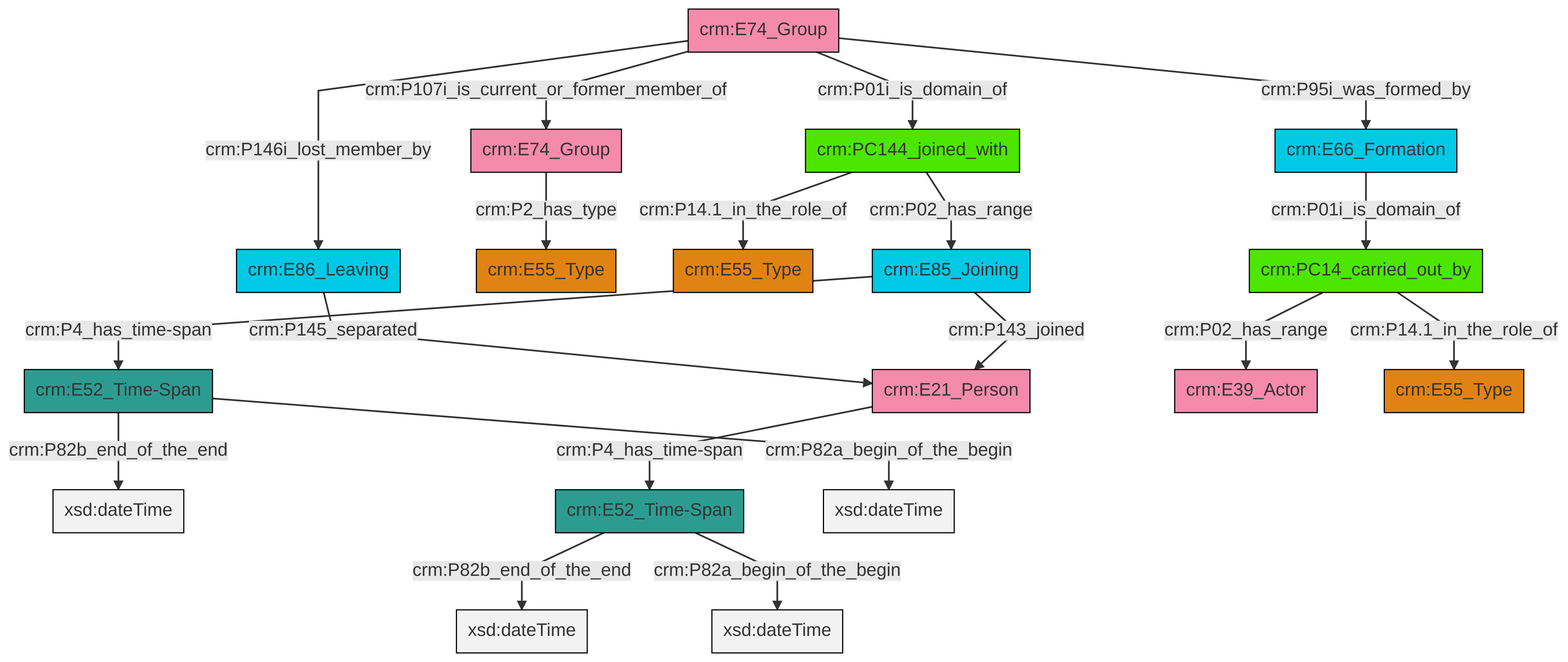
Before: et/groupCSV/ttl/mmd/png/group_actor_relations.png, a diagram exported from Mermaid (swiss-art-research-net/reference-data-models). Its source is kept beside it as et/groupCSV/ttl/mmd/group_actor_relations.ttl.mmd.
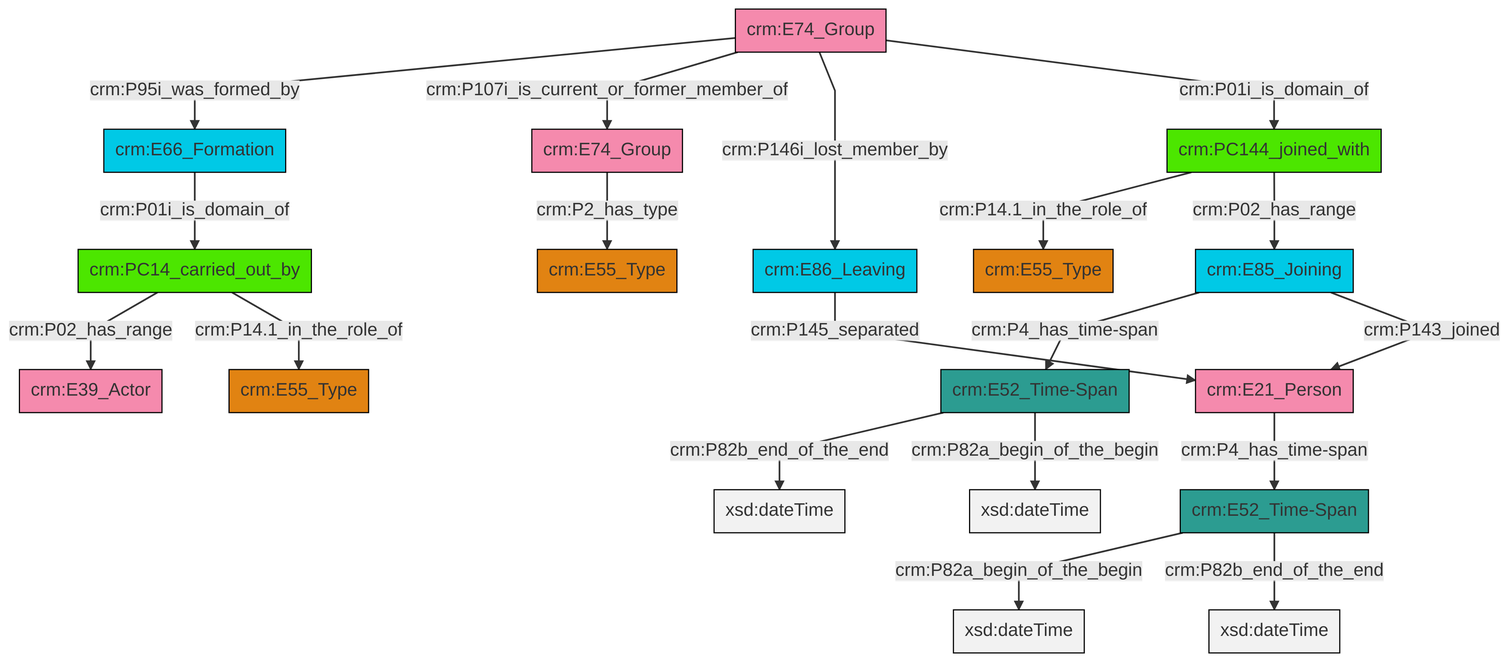
Above is the later version.

The edit, as a diff of the source:
```diff
@@ -13,21 +13,21 @@
 classDef PC_Classes fill:#4ce600, stroke:#000000;
 classDef Multi fill:#cccccc,stroke:#000000;
 
-0["crm:E52_Time-Span"]:::Time-Span -->|crm:P82b_end_of_the_end| 1[xsd:dateTime]:::Literal
-4["crm:E86_Leaving"]:::Temporal_Entity -->|crm:P145_separated| 5["crm:E21_Person"]:::Actor
-9["crm:PC144_joined_with"]:::PC_Classes -->|crm:P14.1_in_the_role_of| 10["crm:E55_Type"]:::Type
-15["crm:PC14_carried_out_by"]:::PC_Classes -->|crm:P02_has_range| 16["crm:E39_Actor"]:::Actor
-21["crm:E52_Time-Span"]:::Time-Span -->|crm:P82b_end_of_the_end| 22[xsd:dateTime]:::Literal
-21["crm:E52_Time-Span"]:::Time-Span -->|crm:P82a_begin_of_the_begin| 23[xsd:dateTime]:::Literal
-11["crm:E74_Group"]:::Actor -->|crm:P107i_is_current_or_former_member_of| 2["crm:E74_Group"]:::Actor
-11["crm:E74_Group"]:::Actor -->|crm:P01i_is_domain_of| 9["crm:PC144_joined_with"]:::PC_Classes
-11["crm:E74_Group"]:::Actor -->|crm:P95i_was_formed_by| 26["crm:E66_Formation"]:::Temporal_Entity
-15["crm:PC14_carried_out_by"]:::PC_Classes -->|crm:P14.1_in_the_role_of| 19["crm:E55_Type"]:::Type
-11["crm:E74_Group"]:::Actor -->|crm:P146i_lost_member_by| 4["crm:E86_Leaving"]:::Temporal_Entity
-2["crm:E74_Group"]:::Actor -->|crm:P2_has_type| 7["crm:E55_Type"]:::Type
-5["crm:E21_Person"]:::Actor -->|crm:P4_has_time-span| 21["crm:E52_Time-Span"]:::Time-Span
-26["crm:E66_Formation"]:::Temporal_Entity -->|crm:P01i_is_domain_of| 15["crm:PC14_carried_out_by"]:::PC_Classes
-13["crm:E85_Joining"]:::Temporal_Entity -->|crm:P143_joined| 5["crm:E21_Person"]:::Actor
-13["crm:E85_Joining"]:::Temporal_Entity -->|crm:P4_has_time-span| 0["crm:E52_Time-Span"]:::Time-Span
-0["crm:E52_Time-Span"]:::Time-Span -->|crm:P82a_begin_of_the_begin| 33[xsd:dateTime]:::Literal
-9["crm:PC144_joined_with"]:::PC_Classes -->|crm:P02_has_range| 13["crm:E85_Joining"]:::Temporal_Entity
+0["crm:E74_Group"]:::Actor -->|crm:P95i_was_formed_by| 1["crm:E66_Formation"]:::Temporal_Entity
+4["crm:E85_Joining"]:::Temporal_Entity -->|crm:P4_has_time-span| 5["crm:E52_Time-Span"]:::Time-Span
+6["crm:PC14_carried_out_by"]:::PC_Classes -->|crm:P02_has_range| 7["crm:E39_Actor"]:::Actor
+11["crm:E86_Leaving"]:::Temporal_Entity -->|crm:P145_separated| 12["crm:E21_Person"]:::Actor
+0["crm:E74_Group"]:::Actor -->|crm:P107i_is_current_or_former_member_of| 14["crm:E74_Group"]:::Actor
+0["crm:E74_Group"]:::Actor -->|crm:P146i_lost_member_by| 11["crm:E86_Leaving"]:::Temporal_Entity
+4["crm:E85_Joining"]:::Temporal_Entity -->|crm:P143_joined| 12["crm:E21_Person"]:::Actor
+6["crm:PC14_carried_out_by"]:::PC_Classes -->|crm:P14.1_in_the_role_of| 8["crm:E55_Type"]:::Type
+2["crm:E52_Time-Span"]:::Time-Span -->|crm:P82a_begin_of_the_begin| 23[xsd:dateTime]:::Literal
+0["crm:E74_Group"]:::Actor -->|crm:P01i_is_domain_of| 24["crm:PC144_joined_with"]:::PC_Classes
+14["crm:E74_Group"]:::Actor -->|crm:P2_has_type| 16["crm:E55_Type"]:::Type
+24["crm:PC144_joined_with"]:::PC_Classes -->|crm:P14.1_in_the_role_of| 20["crm:E55_Type"]:::Type
+5["crm:E52_Time-Span"]:::Time-Span -->|crm:P82b_end_of_the_end| 28[xsd:dateTime]:::Literal
+1["crm:E66_Formation"]:::Temporal_Entity -->|crm:P01i_is_domain_of| 6["crm:PC14_carried_out_by"]:::PC_Classes
+12["crm:E21_Person"]:::Actor -->|crm:P4_has_time-span| 2["crm:E52_Time-Span"]:::Time-Span
+24["crm:PC144_joined_with"]:::PC_Classes -->|crm:P02_has_range| 4["crm:E85_Joining"]:::Temporal_Entity
+5["crm:E52_Time-Span"]:::Time-Span -->|crm:P82a_begin_of_the_begin| 32[xsd:dateTime]:::Literal
+2["crm:E52_Time-Span"]:::Time-Span -->|crm:P82b_end_of_the_end| 33[xsd:dateTime]:::Literal
```
